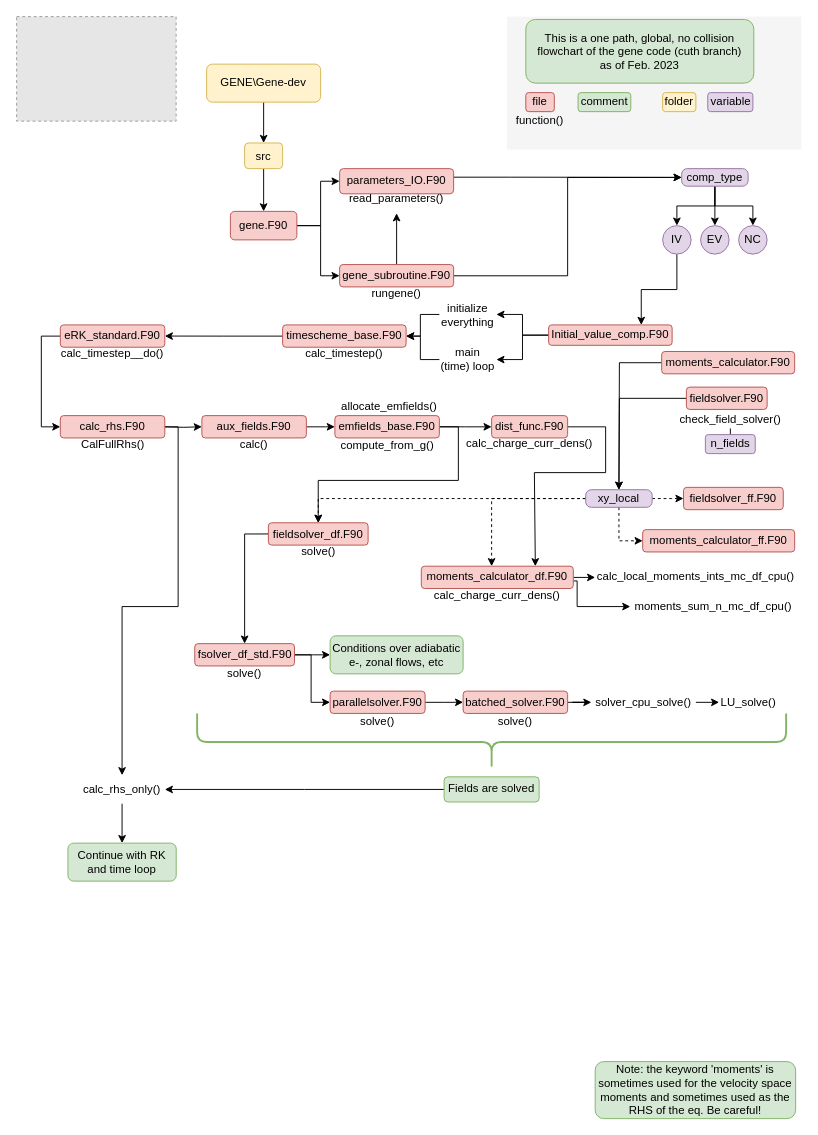
Above: Gene_flowchart.drawio in FM-Sheffield/Gene_Flowchart (draw.io), before the change. Source tidied: cells renumbered, new cells numbered last; positions are measured from the earlier drawing's top-left corner, leaving out a move shared by most shapes. Both pictures are drawn from the tidied source at 95%, with x=0, y=0 at pixel (16, 16). Pictures stored in the file or linked from it are replaced by grey dashed boxes.
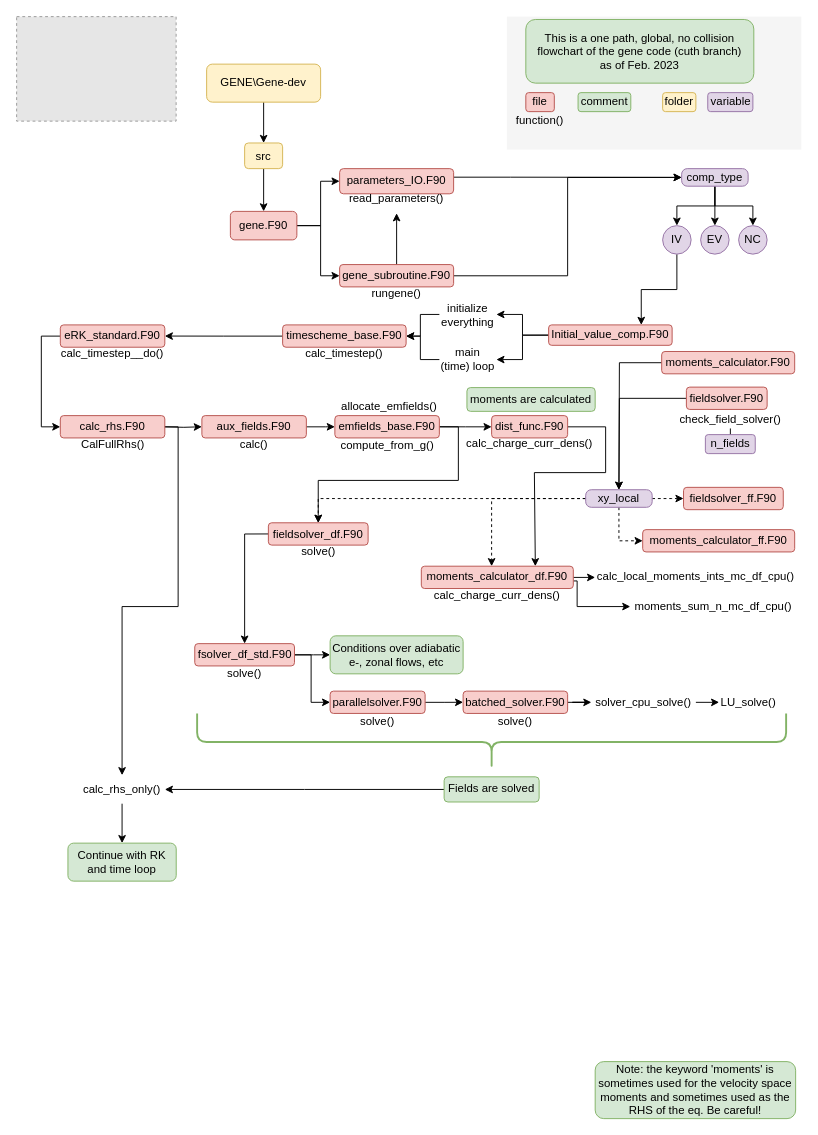
The same page after the edit.

Commit message:
added where mom are calculated

Change to the diagram source:
```diff
@@
+    <mxCell id="104" value="moments are calculated" style="rounded=1;whiteSpace=wrap;html=1;sketch=0;fillColor=#d5e8d4;strokeColor=#82b366;" parent="1" vertex="1">
+      <mxGeometry x="474" y="390.5" width="135" height="25" as="geometry" />
+    </mxCell>
```
